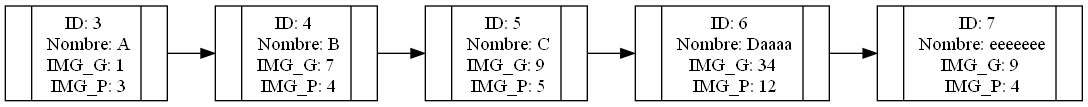
This is listaClientes.png from helenrodas/fase1ProyectoEdd, a Graphviz export, as it was before one commit. Its source is kept beside it as listaClientes.dot.
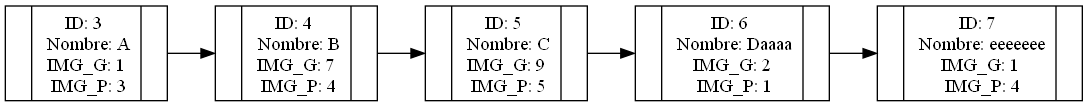
The same diagram one commit later.

What changed in the source:
```diff
@@ -4,8 +4,8 @@
  "nodo    0"[label="{ |{ID:            3 \n Nombre: A\n IMG_G:            1 \n IMG_P:            3 }| }", fillcolor=white, style=filled];
  "nodo    1"[label="{ |{ID:            4 \n Nombre: B\n IMG_G:            7 \n IMG_P:            4 }| }", fillcolor=white, style=filled];
  "nodo    2"[label="{ |{ID:            5 \n Nombre: C\n IMG_G:            9 \n IMG_P:            5 }| }", fillcolor=white, style=filled];
- "nodo    3"[label="{ |{ID:            6 \n Nombre: Daaaa\n IMG_G:           34 \n IMG_P:           12 }| }", fillcolor=white, style=filled];
- "nodo    4"[label="{ |{ID:            7 \n Nombre: eeeeeee\n IMG_G:            9 \n IMG_P:            4 }| }", fillcolor=white, style=filled];
+ "nodo    3"[label="{ |{ID:            6 \n Nombre: Daaaa\n IMG_G:            2 \n IMG_P:            1 }| }", fillcolor=white, style=filled];
+ "nodo    4"[label="{ |{ID:            7 \n Nombre: eeeeeee\n IMG_G:            1 \n IMG_P:            4 }| }", fillcolor=white, style=filled];
  "nodo    0"->"nodo    1"->"nodo    2"->"nodo    3"->"nodo    4"
  rankdir = LR
  }
```
